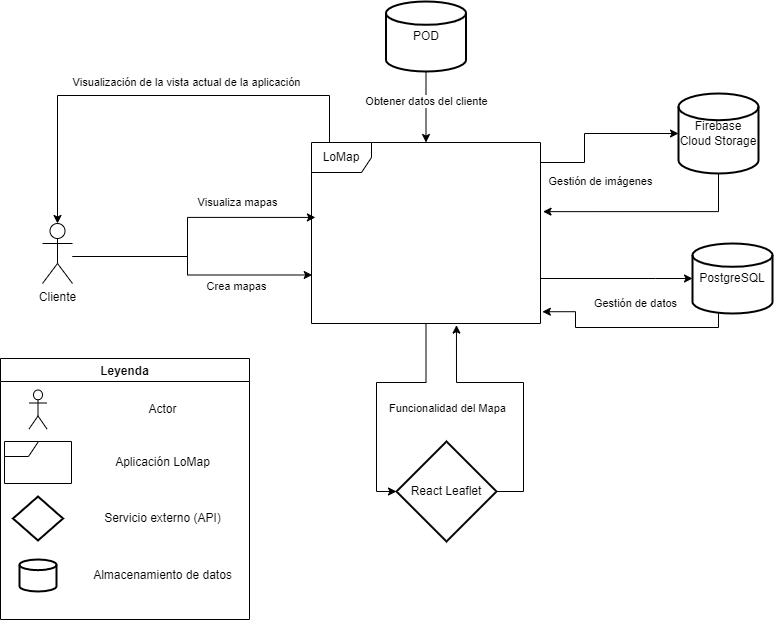
Arquisoft/lomap_es5a keeps this draw.io diagram as docs/images/Contexto_de_negocio.png. Above is the earlier version. Source tidied: cells renumbered, new cells last; positions are measured from the earlier drawing's top-left corner, leaving out a move shared by most shapes.
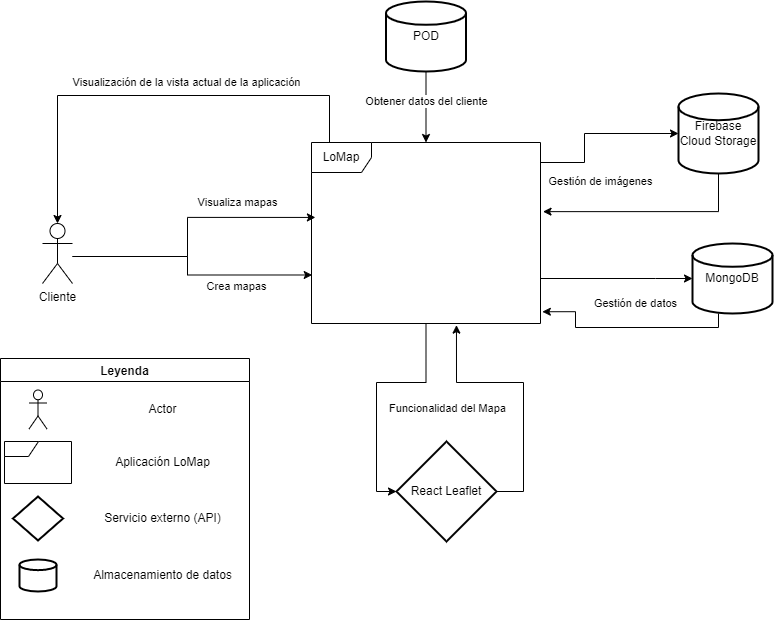
Later version of the same file.

Commit message:
Corrección sobre la documentación de la base de datos

Corrección en los apartados 2 y 3 sobre el uso de la base de datos. Será MongoDB y no PostgreSQL

The edit, as a diff of the source:
```diff
@@ -61,7 +61,7 @@
         </Array>
       </mxGeometry>
     </mxCell>
-    <mxCell id="13" value="PostgreSQL" style="strokeWidth=2;html=1;shape=mxgraph.flowchart.database;whiteSpace=wrap;" parent="1" vertex="1">
+    <mxCell id="13" value="MongoDB" style="strokeWidth=2;html=1;shape=mxgraph.flowchart.database;whiteSpace=wrap;" parent="1" vertex="1">
       <mxGeometry x="692" y="242" width="80" height="70" as="geometry" />
     </mxCell>
     <mxCell id="14" style="edgeStyle=orthogonalEdgeStyle;rounded=0;jettySize=auto;html=1;entryX=0;entryY=0.5;entryDx=0;entryDy=0;entryPerimeter=0;" parent="1" edge="1" source="22" target="24">
```
